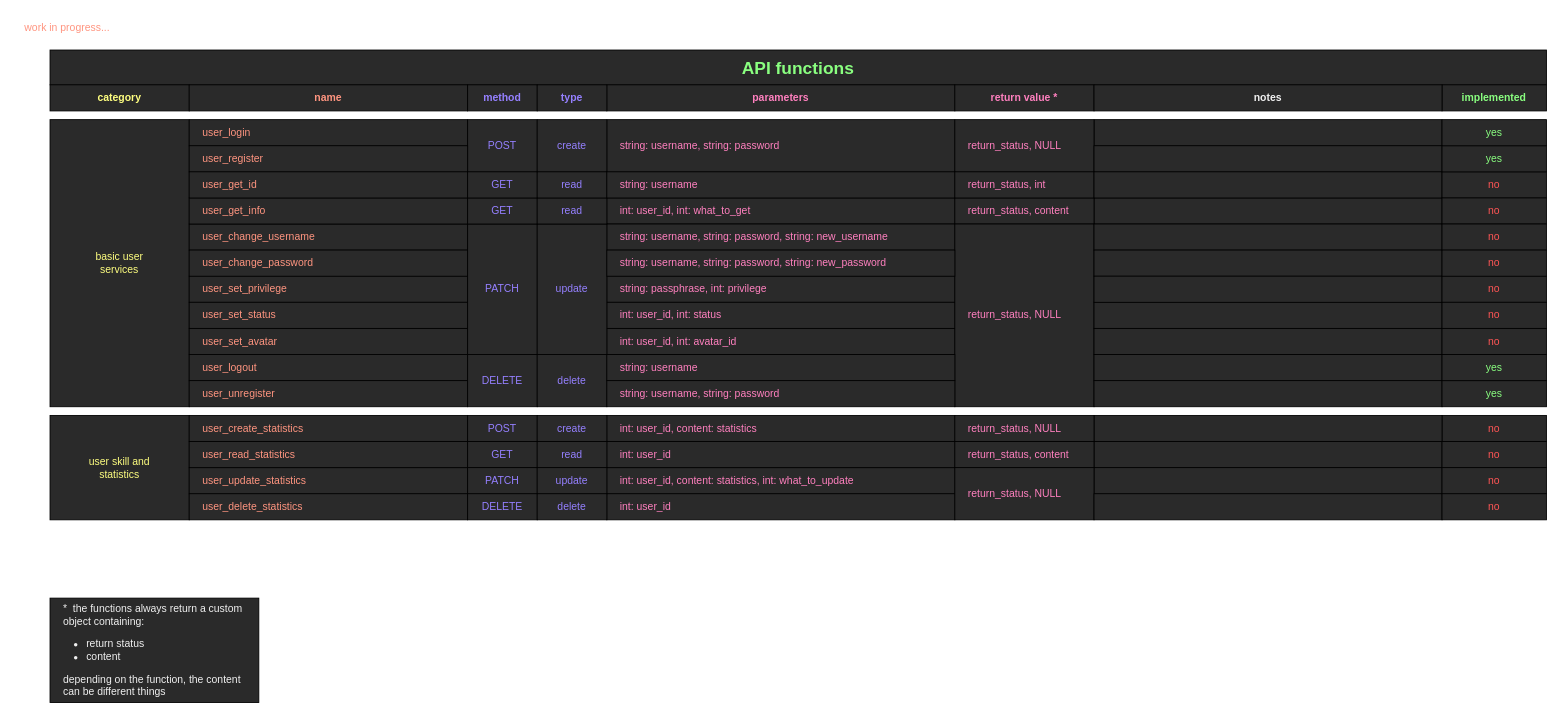
Above: page "API functions" (4 of 5) of Backend/BMCards_final_architecture.drawio in WaitingPigeon/BMCards (draw.io), before the change. Source tidied: cells renumbered, new cells numbered last; positions are measured from the earlier drawing's top-left corner, leaving out a move shared by most shapes. Both pictures are drawn from the tidied source at 87%, with x=0, y=0 at pixel (15, 15).
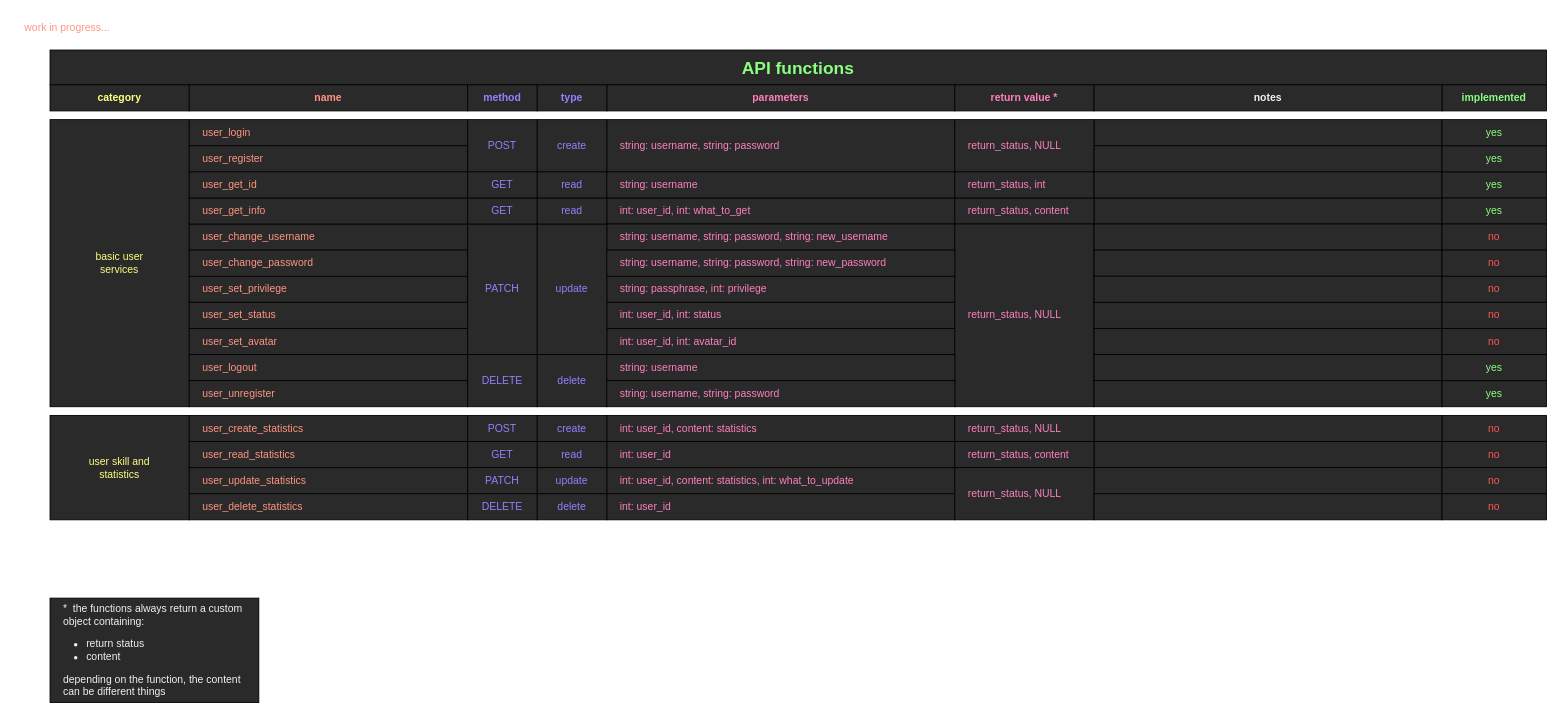
The same diagram, later.

What changed in the source:
```diff
@@
-    <mxCell id="90" value="no" style="rounded=0;whiteSpace=wrap;html=1;fontSize=12;fillColor=#2A2A2A;fontColor=#ff5555;fontStyle=0;" parent="1" vertex="1">
+    <mxCell id="90" value="yes" style="rounded=0;whiteSpace=wrap;html=1;fontSize=12;fillColor=#2A2A2A;fontColor=#8AFF80;fontStyle=0;" parent="1" vertex="1">
       <mxGeometry x="1640" y="180" width="120" height="30" as="geometry" />
     </mxCell>
-    <mxCell id="91" value="no" style="rounded=0;whiteSpace=wrap;html=1;fontSize=12;fillColor=#2A2A2A;fontColor=#ff5555;fontStyle=0;" parent="1" vertex="1">
+    <mxCell id="91" value="yes" style="rounded=0;whiteSpace=wrap;html=1;fontSize=12;fillColor=#2A2A2A;fontColor=#8AFF80;fontStyle=0;" parent="1" vertex="1">
       <mxGeometry x="1640" y="210" width="120" height="30" as="geometry" />
     </mxCell>
```
